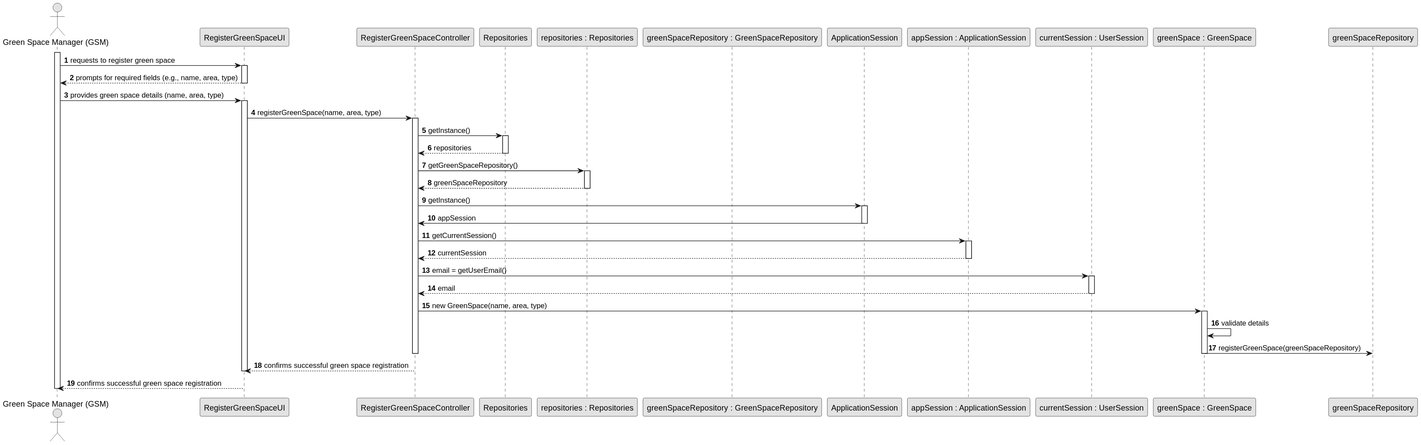
This is docs/sprintC/us020/03.design/svg/us020-sequence-diagram-full.svg from Departamento-de-Engenharia-Informatica/greenspace-management, a PlantUML export, as it was before one commit. The source it was exported from:
```plantuml
@startuml
skinparam monochrome true
skinparam packageStyle rectangle
skinparam shadowing false

autonumber

actor "Green Space Manager (GSM)" as GSM
participant "RegisterGreenSpaceUI" as UI
participant "RegisterGreenSpaceController" as CTRL
participant "Repositories" as RepositorySingleton
participant "repositories : Repositories" as PLAT
participant "greenSpaceRepository : GreenSpaceRepository" as GreenSpaceRepository
participant "ApplicationSession" as _APP
participant "appSession : ApplicationSession" as APP
participant "currentSession : UserSession" as SESSAO
participant "greenSpace : GreenSpace" as GREENSPACE

activate GSM

    GSM -> UI : requests to register green space
    activate UI

        UI --> GSM : prompts for required fields (e.g., name, area, type)
    deactivate UI

    GSM -> UI : provides green space details (name, area, type)
    activate UI

        UI -> CTRL : registerGreenSpace(name, area, type)
        activate CTRL

            CTRL -> RepositorySingleton : getInstance()
            activate RepositorySingleton

                RepositorySingleton --> CTRL : repositories
            deactivate RepositorySingleton

            CTRL -> PLAT : getGreenSpaceRepository()
            activate PLAT

                PLAT --> CTRL : greenSpaceRepository
            deactivate PLAT

            CTRL -> _APP: getInstance()
            activate _APP
                _APP -> CTRL: appSession
            deactivate _APP

            CTRL -> APP: getCurrentSession()
            activate APP

                APP --> CTRL: currentSession
            deactivate APP

            CTRL -> SESSAO: email = getUserEmail()
            activate SESSAO

                SESSAO --> CTRL: email
            deactivate SESSAO

            CTRL -> GREENSPACE : new GreenSpace(name, area, type)
            activate GREENSPACE

                GREENSPACE -> GREENSPACE : validate details
                GREENSPACE -> greenSpaceRepository : registerGreenSpace(greenSpaceRepository)
                deactivate GREENSPACE

            deactivate CTRL

            CTRL --> UI : confirms successful green space registration
    deactivate UI

    UI --> GSM : confirms successful green space registration

deactivate GSM
@enduml
```
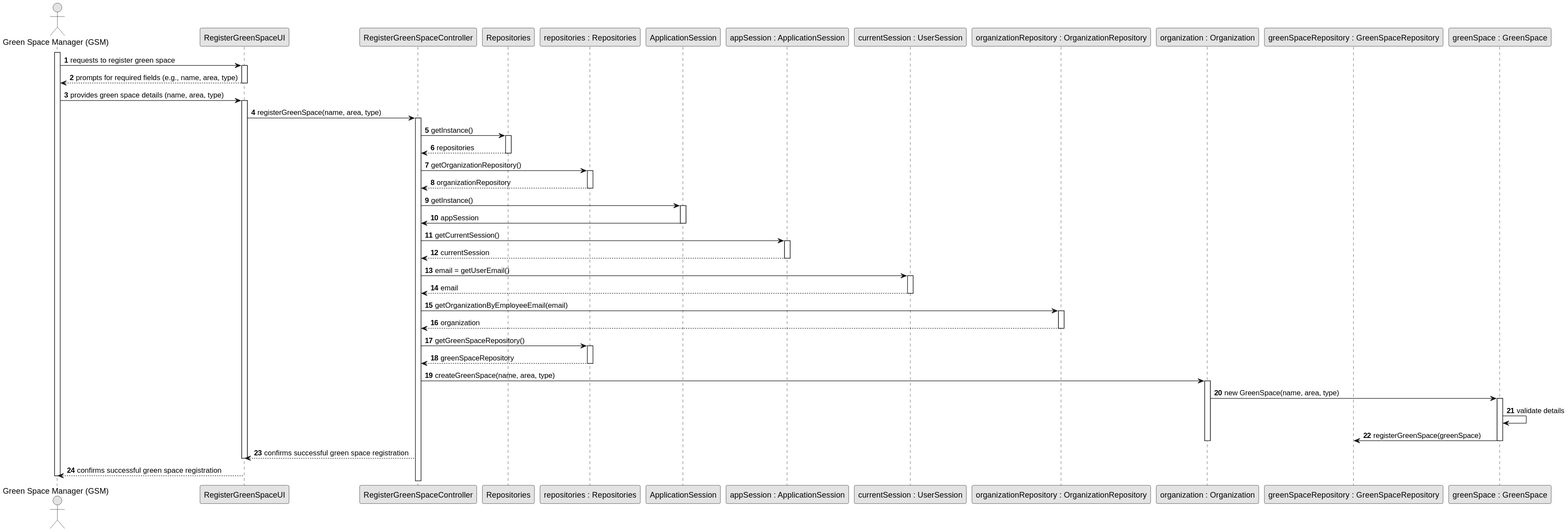
Later version of the same file.

Change to the diagram source:
```diff
@@ -10,10 +10,12 @@
 participant "RegisterGreenSpaceController" as CTRL
 participant "Repositories" as RepositorySingleton
 participant "repositories : Repositories" as PLAT
-participant "greenSpaceRepository : GreenSpaceRepository" as GreenSpaceRepository
 participant "ApplicationSession" as _APP
 participant "appSession : ApplicationSession" as APP
 participant "currentSession : UserSession" as SESSAO
+participant "organizationRepository : OrganizationRepository" as OrganizationRepository
+participant "organization : Organization" as ORGANIZATION
+participant "greenSpaceRepository : GreenSpaceRepository" as GreenSpaceRepository
 participant "greenSpace : GreenSpace" as GREENSPACE
 
 activate GSM
@@ -36,10 +38,10 @@
                 RepositorySingleton --> CTRL : repositories
             deactivate RepositorySingleton
 
-            CTRL -> PLAT : getGreenSpaceRepository()
+            CTRL -> PLAT : getOrganizationRepository()
             activate PLAT
 
-                PLAT --> CTRL : greenSpaceRepository
+                PLAT --> CTRL : organizationRepository
             deactivate PLAT
 
             CTRL -> _APP: getInstance()
@@ -59,14 +61,29 @@
                 SESSAO --> CTRL: email
             deactivate SESSAO
 
-            CTRL -> GREENSPACE : new GreenSpace(name, area, type)
-            activate GREENSPACE
+            CTRL -> OrganizationRepository : getOrganizationByEmployeeEmail(email)
+            activate OrganizationRepository
 
-                GREENSPACE -> GREENSPACE : validate details
-                GREENSPACE -> greenSpaceRepository : registerGreenSpace(greenSpaceRepository)
+                OrganizationRepository --> CTRL : organization
+            deactivate OrganizationRepository
+
+            CTRL -> PLAT : getGreenSpaceRepository()
+            activate PLAT
+
+                PLAT --> CTRL : greenSpaceRepository
+            deactivate PLAT
+
+            CTRL -> ORGANIZATION : createGreenSpace(name, area, type)
+            activate ORGANIZATION
+
+                ORGANIZATION -> GREENSPACE : new GreenSpace(name, area, type)
+                activate GREENSPACE
+
+                    GREENSPACE -> GREENSPACE : validate details
+                    GREENSPACE -> GreenSpaceRepository : registerGreenSpace(greenSpace)
                 deactivate GREENSPACE
 
-            deactivate CTRL
+            deactivate ORGANIZATION
 
             CTRL --> UI : confirms successful green space registration
     deactivate UI
```
